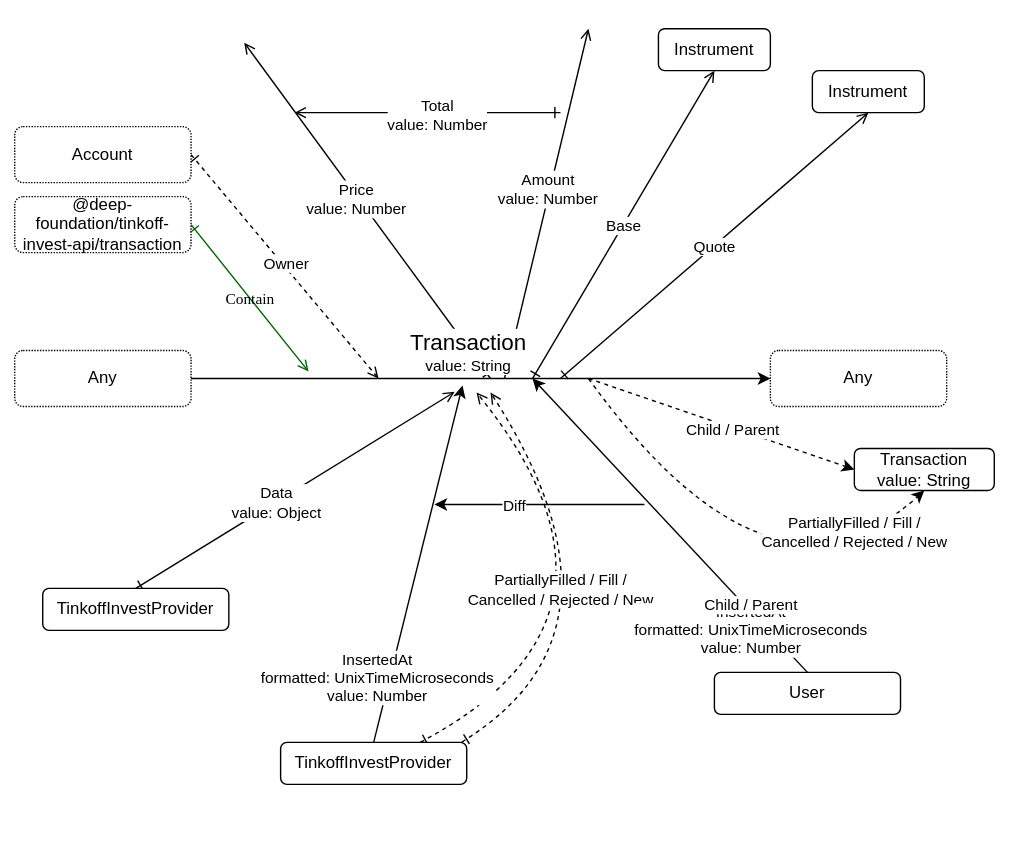
The draw.io diagram src/transaction/Transaction.drawio.svg in suenot/deep-tinkoff-invest-api, before a commit. Source tidied: cells renumbered, new cells last; positions are measured from the earlier drawing's top-left corner, leaving out a move shared by most shapes.
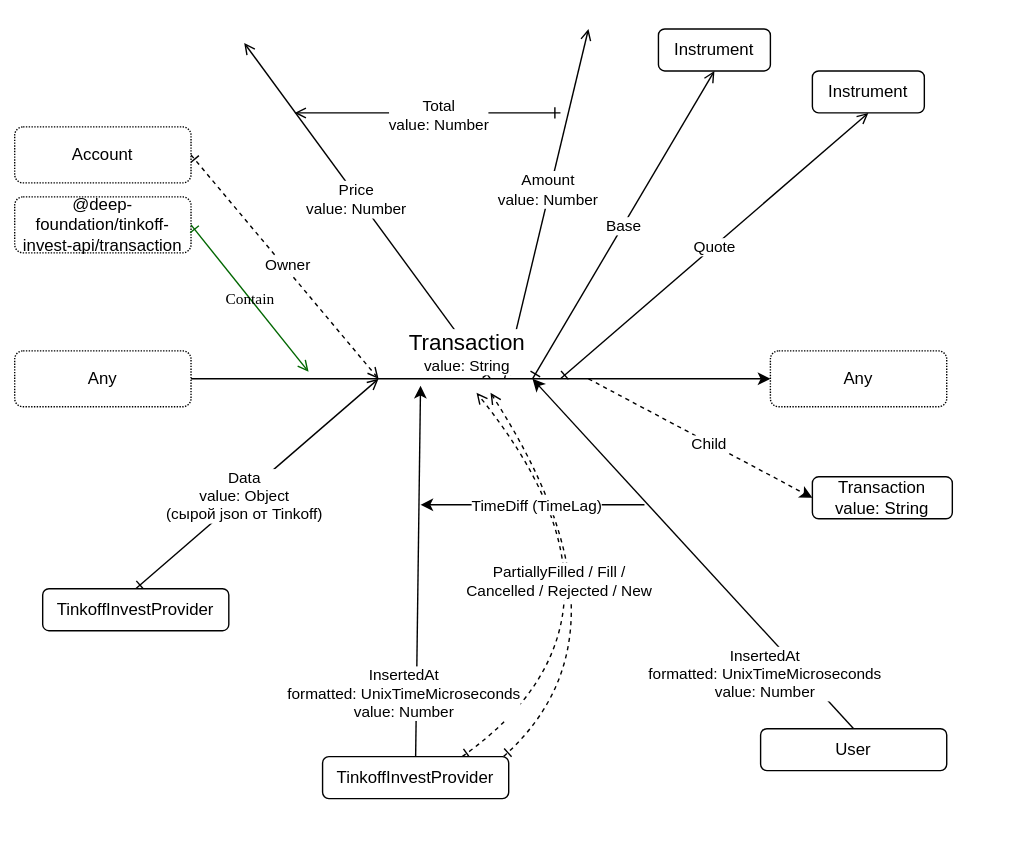
The same diagram one commit later.

The edit, as a diff of the source:
```diff
@@ -19,7 +19,7 @@
         <mxPoint x="420" y="270" as="sourcePoint" />
       </mxGeometry>
     </mxCell>
-    <mxCell id="6" value="Child / Parent" style="edgeLabel;html=1;align=center;verticalAlign=middle;fontSize=11;" parent="5" vertex="1">
+    <mxCell id="6" value="Child" style="edgeLabel;html=1;align=center;verticalAlign=middle;fontSize=11;" parent="5" vertex="1">
       <mxGeometry x="0.07" y="-1" relative="1" as="geometry" />
     </mxCell>
     <mxCell id="7" style="edgeStyle=none;html=1;startArrow=ERone;startFill=0;endArrow=open;endFill=0;" parent="1" edge="1">
@@ -59,12 +59,12 @@
         <mxPoint x="220" y="265" as="targetPoint" />
       </mxGeometry>
     </mxCell>
-    <mxCell id="16" style="edgeStyle=none;html=1;exitX=0.5;exitY=0;exitDx=0;exitDy=0;startArrow=ERone;startFill=0;endArrow=open;endFill=0;entryX=0.144;entryY=0.984;entryDx=0;entryDy=0;entryPerimeter=0;" parent="1" edge="1" source="33">
+    <mxCell id="16" style="edgeStyle=none;html=1;exitX=0.5;exitY=0;exitDx=0;exitDy=0;startArrow=ERone;startFill=0;endArrow=open;endFill=0;" parent="1" edge="1" source="33">
       <mxGeometry relative="1" as="geometry">
-        <mxPoint x="324.4" y="279.5" as="targetPoint" />
+        <mxPoint x="270" y="270" as="targetPoint" />
       </mxGeometry>
     </mxCell>
-    <mxCell id="17" value="Data&lt;br&gt;value: Object" style="edgeLabel;html=1;align=center;verticalAlign=middle;" parent="16" vertex="1">
+    <mxCell id="17" value="Data&lt;br&gt;value: Object&lt;br&gt;(сырой json от Tinkoff)" style="edgeLabel;html=1;align=center;verticalAlign=middle;" parent="16" vertex="1">
       <mxGeometry x="-0.12" relative="1" as="geometry" />
     </mxCell>
     <mxCell id="18" value="Instrument" style="rounded=1;whiteSpace=wrap;html=1;labelBackgroundColor=none;" parent="1" vertex="1">
@@ -112,11 +112,11 @@
     </mxCell>
     <mxCell id="27" value="InsertedAt&lt;br&gt;formatted: UnixTimeMicroseconds&amp;nbsp;&lt;br&gt;value: Number" style="edgeStyle=none;html=1;exitX=0.5;exitY=0;exitDx=0;exitDy=0;" parent="1" edge="1" source="28">
       <mxGeometry x="-0.66" y="9" relative="1" as="geometry">
-        <mxPoint x="330" y="275" as="targetPoint" />
+        <mxPoint x="300" y="275" as="targetPoint" />
       </mxGeometry>
     </mxCell>
     <mxCell id="28" value="TinkoffInvestProvider" style="rounded=1;whiteSpace=wrap;html=1;labelBackgroundColor=none;" parent="1" vertex="1">
-      <mxGeometry x="200" y="530" width="133" height="30" as="geometry" />
+      <mxGeometry x="230" y="540" width="133" height="30" as="geometry" />
     </mxCell>
     <mxCell id="29" style="edgeStyle=none;html=1;exitX=1;exitY=0.5;exitDx=0;exitDy=0;strokeColor=#000000;" parent="1" edge="1" source="31">
       <mxGeometry relative="1" as="geometry">
@@ -138,40 +138,27 @@
       <mxGeometry x="30" y="420" width="133" height="30" as="geometry" />
     </mxCell>
     <mxCell id="34" value="InsertedAt&lt;br&gt;formatted: UnixTimeMicroseconds&amp;nbsp;&lt;br&gt;value: Number" style="edgeStyle=none;html=1;exitX=0.5;exitY=0;exitDx=0;exitDy=0;" parent="1" edge="1" source="35">
-      <mxGeometry x="-0.66" y="9" relative="1" as="geometry">
+      <mxGeometry x="-0.58" y="21" relative="1" as="geometry">
         <mxPoint x="380" y="270" as="targetPoint" />
+        <mxPoint y="-1" as="offset" />
       </mxGeometry>
     </mxCell>
     <mxCell id="35" value="User" style="rounded=1;whiteSpace=wrap;html=1;labelBackgroundColor=none;" parent="1" vertex="1">
-      <mxGeometry x="510" y="480" width="133" height="30" as="geometry" />
+      <mxGeometry x="543" y="520" width="133" height="30" as="geometry" />
     </mxCell>
     <mxCell id="36" style="edgeStyle=none;html=1;strokeColor=#000000;" parent="1" edge="1">
       <mxGeometry relative="1" as="geometry">
         <mxPoint x="460" y="360" as="sourcePoint" />
-        <mxPoint x="310" y="360" as="targetPoint" />
+        <mxPoint x="300" y="360" as="targetPoint" />
       </mxGeometry>
     </mxCell>
-    <mxCell id="37" value="Diff" style="edgeLabel;html=1;align=center;verticalAlign=middle;fontSize=11;" parent="36" vertex="1">
-      <mxGeometry x="0.24" relative="1" as="geometry" />
+    <mxCell id="37" value="TimeDiff (TimeLag)" style="edgeLabel;html=1;align=center;verticalAlign=middle;fontSize=11;" parent="36" vertex="1">
+      <mxGeometry x="0.24" relative="1" as="geometry">
+        <mxPoint x="22" as="offset" />
+      </mxGeometry>
     </mxCell>
     <mxCell id="38" value="Transaction&lt;br&gt;value: String" style="rounded=1;whiteSpace=wrap;html=1;labelBackgroundColor=none;" parent="1" vertex="1">
-      <mxGeometry x="610" y="320" width="100" height="30" as="geometry" />
+      <mxGeometry x="580" y="340" width="100" height="30" as="geometry" />
     </mxCell>
-    <mxCell id="39" style="edgeStyle=none;curved=1;html=1;entryX=0.5;entryY=1;entryDx=0;entryDy=0;dashed=1;fontSize=11;strokeColor=#000000;" parent="1" edge="1" target="38">
-      <mxGeometry relative="1" as="geometry">
-        <mxPoint x="420" y="270" as="sourcePoint" />
-        <Array as="points">
-          <mxPoint x="550" y="450" />
-        </Array>
-      </mxGeometry>
-    </mxCell>
-    <mxCell id="40" value="Child / Parent" style="edgeLabel;html=1;align=center;verticalAlign=middle;fontSize=11;" parent="39" vertex="1">
-      <mxGeometry x="0.07" y="-1" relative="1" as="geometry" />
-    </mxCell>
-    <mxCell id="41" value="&lt;font style=&quot;font-size: 11px;&quot;&gt;PartiallyFilled / Fill /&lt;br style=&quot;font-size: 11px;&quot;&gt;Cancelled / Rejected / New&lt;/font&gt;" style="edgeLabel;html=1;align=center;verticalAlign=middle;fontSize=11;" parent="39" vertex="1">
-      <mxGeometry x="-0.05" y="32" relative="1" as="geometry">
-        <mxPoint x="61" y="-14" as="offset" />
-      </mxGeometry>
-    </mxCell>
   </root>
 </mxGraphModel>
```
